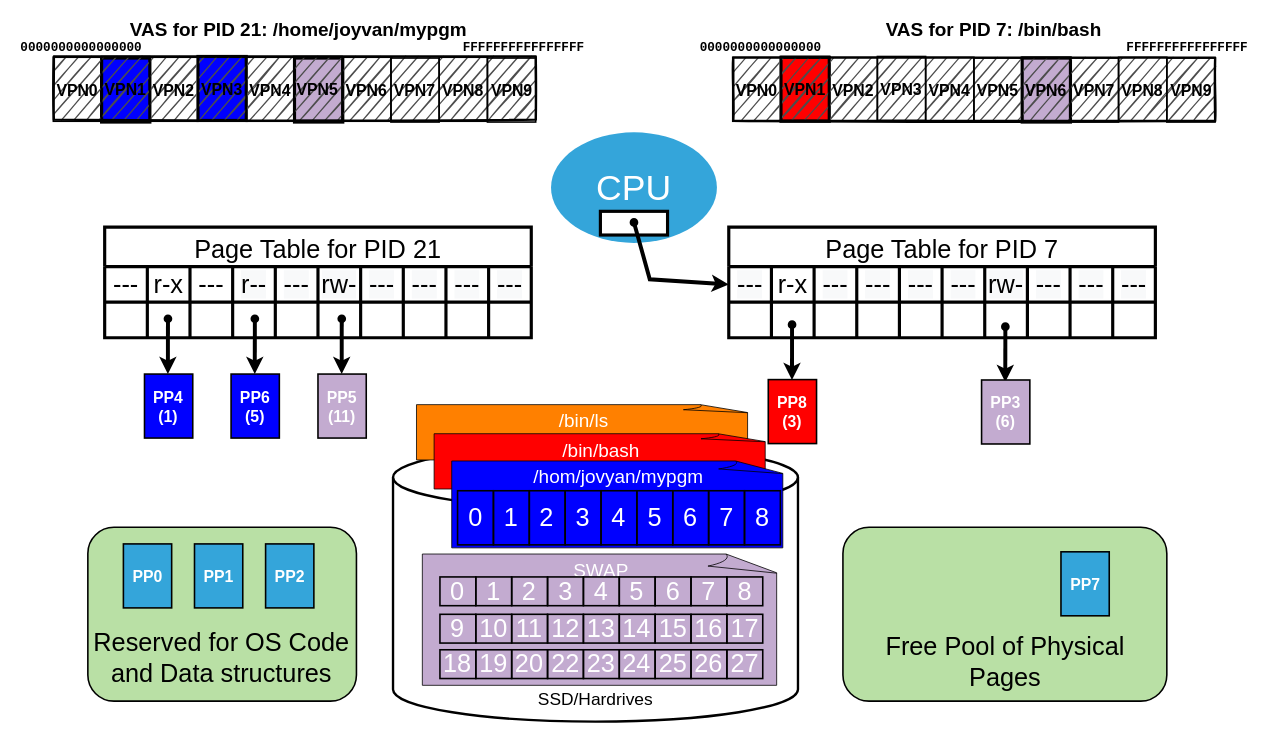
jappavoo/UndertheCovers keeps this draw.io diagram as page "Paging-013" (13 of 19) of underthecovers/images/src/VMM.drawio. Above is the earlier version. Source tidied: cells renumbered, new cells numbered last; positions are measured from the earlier drawing's top-left corner, leaving out a move shared by most shapes. Both pictures are drawn from the tidied source at 79%, with x=0, y=0 at pixel (13, 13).
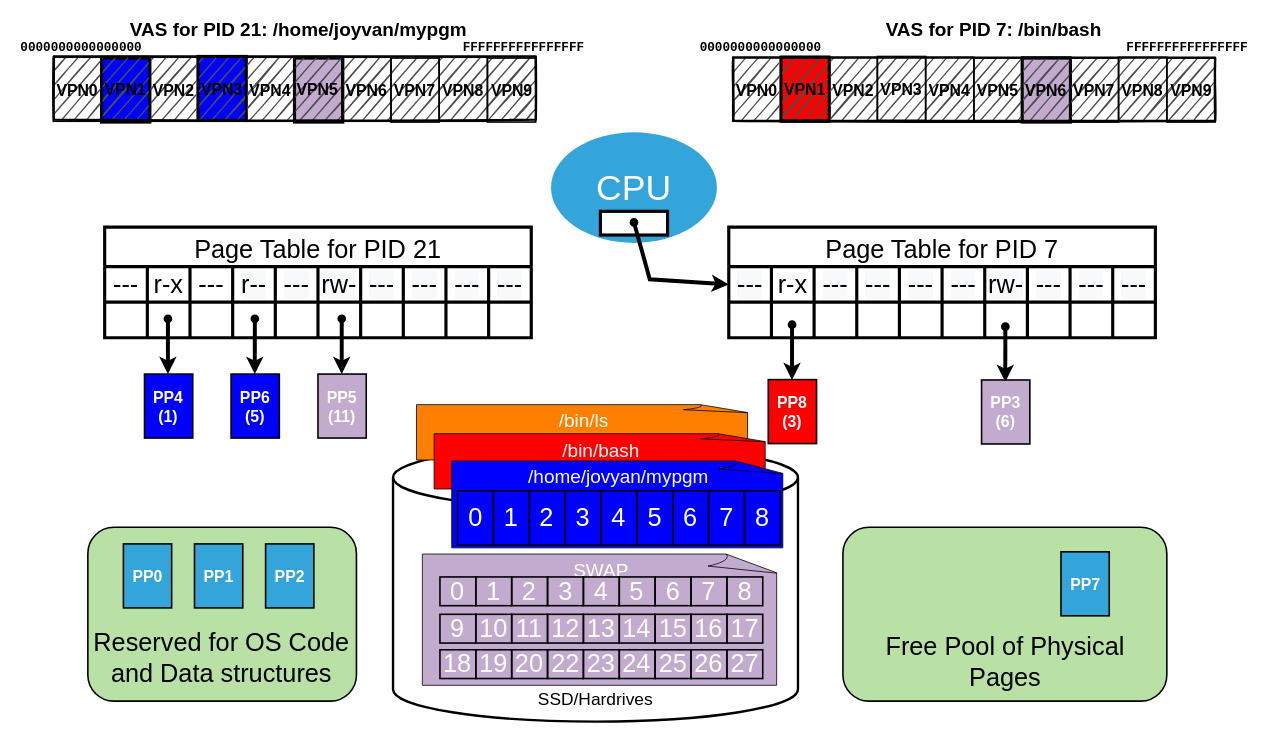
Above is the later version.

The change refers to these unchanged cells:
```xml
<mxCell id="6" style="group;" parent="2" vertex="1">
  <mxGeometry x="74.3" y="20" width="445.7" height="110" as="geometry" />
</mxCell>
```

What changed in the source:
```diff
@@
-    <mxCell id="7" value="/hom/jovyan/mypgm" style="whiteSpace=wrap;html=1;shape=mxgraph.basic.document;fillColor=#0000FF;gradientColor=none;fontSize=24;fontColor=#FFFFFF;verticalAlign=top;" parent="6" vertex="1">
+    <mxCell id="7" value="/home/jovyan/mypgm" style="whiteSpace=wrap;html=1;shape=mxgraph.basic.document;fillColor=#0000FF;gradientColor=none;fontSize=24;fontColor=#FFFFFF;verticalAlign=top;" parent="6" vertex="1">
       <mxGeometry width="423.4" height="110" as="geometry" />
     </mxCell>
```
